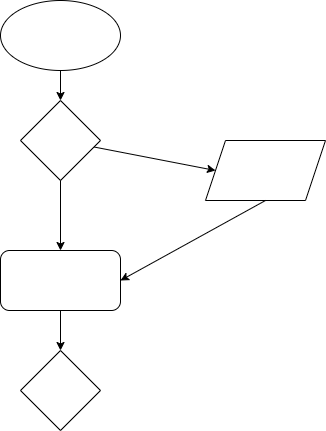
Earlier version of the draw.io export part2/part2.drawio.png (AndrewDPham/sp21-cse110-lab4). Source tidied: cells renumbered, new cells last; positions are measured from the earlier drawing's top-left corner, leaving out a move shared by most shapes.
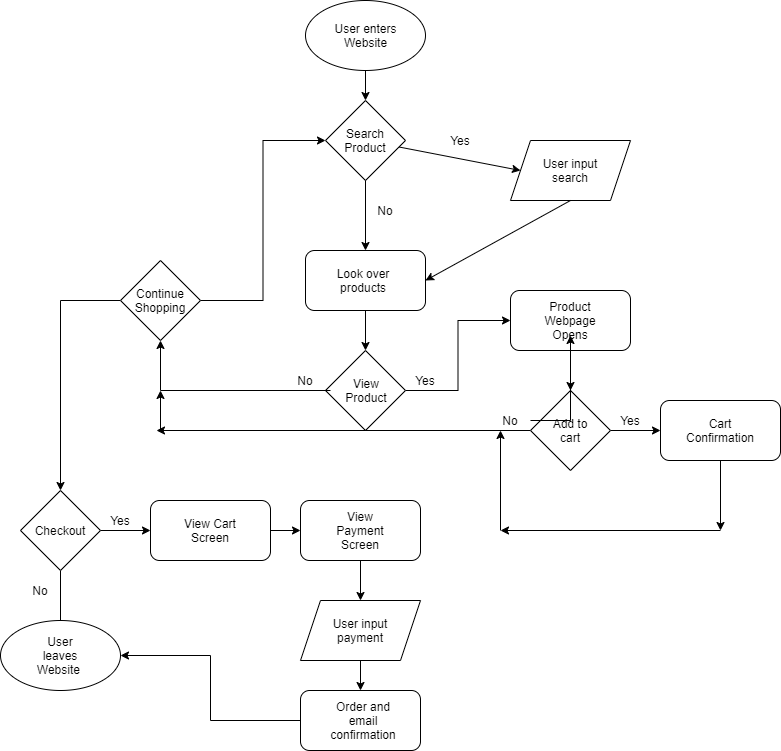
After the commit.

Diff of the diagram source:
```diff
@@ -26,11 +26,183 @@
     <mxCell id="9" style="endArrow=classic;html=1;exitX=0.5;exitY=1;exitDx=0;exitDy=0;entryX=0.5;entryY=0;entryDx=0;entryDy=0;" parent="1" edge="1" source="3" target="7">
       <mxGeometry relative="1" as="geometry" />
     </mxCell>
+    <mxCell id="12" style="edgeStyle=orthogonalEdgeStyle;rounded=0;jettySize=auto;html=1;exitX=1;exitY=0.5;exitDx=0;exitDy=0;entryX=0;entryY=0.5;entryDx=0;entryDy=0;" parent="1" edge="1" source="10" target="22">
+      <mxGeometry relative="1" as="geometry" />
+    </mxCell>
     <mxCell id="10" style="rhombus;whiteSpace=wrap;html=1;" parent="1" vertex="1">
       <mxGeometry x="20" y="350" width="80" height="80" as="geometry" />
     </mxCell>
     <mxCell id="11" style="endArrow=classic;html=1;exitX=0.5;exitY=1;exitDx=0;exitDy=0;entryX=0.5;entryY=0;entryDx=0;entryDy=0;" parent="1" edge="1" source="7" target="10">
       <mxGeometry relative="1" as="geometry" />
     </mxCell>
+    <mxCell id="13" value="User enters Website" style="text;html=1;strokeColor=none;fillColor=none;align=center;verticalAlign=middle;whiteSpace=wrap;rounded=0;" parent="1" vertex="1">
+      <mxGeometry x="28" y="18.8" width="65" height="32.5" as="geometry" />
+    </mxCell>
+    <mxCell id="14" value="Search Product" style="text;html=1;strokeColor=none;fillColor=none;align=center;verticalAlign=middle;whiteSpace=wrap;rounded=0;" parent="1" vertex="1">
+      <mxGeometry x="40" y="130" width="40" height="20" as="geometry" />
+    </mxCell>
+    <mxCell id="15" value="User input search" style="text;html=1;strokeColor=none;fillColor=none;align=center;verticalAlign=middle;whiteSpace=wrap;rounded=0;" parent="1" vertex="1">
+      <mxGeometry x="235" y="155" width="60" height="30" as="geometry" />
+    </mxCell>
+    <mxCell id="16" value="Look over products" style="text;html=1;strokeColor=none;fillColor=none;align=center;verticalAlign=middle;whiteSpace=wrap;rounded=0;" parent="1" vertex="1">
+      <mxGeometry x="28" y="265" width="60" height="30" as="geometry" />
+    </mxCell>
+    <mxCell id="17" style="edgeStyle=orthogonalEdgeStyle;rounded=0;jettySize=auto;html=1;" parent="1" edge="1" target="25">
+      <mxGeometry relative="1" as="geometry">
+        <mxPoint x="25" y="390" as="sourcePoint" />
+      </mxGeometry>
+    </mxCell>
+    <mxCell id="18" value="View Product" style="text;html=1;strokeColor=none;fillColor=none;align=center;verticalAlign=middle;whiteSpace=wrap;rounded=0;" parent="1" vertex="1">
+      <mxGeometry x="30.5" y="375" width="60" height="30" as="geometry" />
+    </mxCell>
+    <mxCell id="19" value="Yes" style="text;html=1;strokeColor=none;fillColor=none;align=center;verticalAlign=middle;whiteSpace=wrap;rounded=0;" parent="1" vertex="1">
+      <mxGeometry x="135" y="130" width="40" height="20" as="geometry" />
+    </mxCell>
+    <mxCell id="20" value="No" style="text;html=1;strokeColor=none;fillColor=none;align=center;verticalAlign=middle;whiteSpace=wrap;rounded=0;" parent="1" vertex="1">
+      <mxGeometry x="60" y="200" width="40" height="20" as="geometry" />
+    </mxCell>
+    <mxCell id="21" style="edgeStyle=orthogonalEdgeStyle;rounded=0;jettySize=auto;html=1;" parent="1" edge="1" source="22" target="28">
+      <mxGeometry relative="1" as="geometry" />
+    </mxCell>
+    <mxCell id="22" style="rounded=1;whiteSpace=wrap;html=1;" parent="1" vertex="1">
+      <mxGeometry x="205" y="290" width="120" height="60" as="geometry" />
+    </mxCell>
+    <mxCell id="23" style="edgeStyle=orthogonalEdgeStyle;rounded=0;jettySize=auto;html=1;entryX=0;entryY=0.5;entryDx=0;entryDy=0;" parent="1" edge="1" source="25" target="3">
+      <mxGeometry relative="1" as="geometry" />
+    </mxCell>
+    <mxCell id="24" style="edgeStyle=orthogonalEdgeStyle;rounded=0;jettySize=auto;html=1;" parent="1" edge="1" source="25">
+      <mxGeometry relative="1" as="geometry">
+        <mxPoint x="-245" y="490" as="targetPoint" />
+      </mxGeometry>
+    </mxCell>
+    <mxCell id="25" style="rhombus;whiteSpace=wrap;html=1;" parent="1" vertex="1">
+      <mxGeometry x="-185" y="260" width="80" height="80" as="geometry" />
+    </mxCell>
+    <mxCell id="26" style="edgeStyle=orthogonalEdgeStyle;rounded=0;jettySize=auto;html=1;entryX=0;entryY=0.5;entryDx=0;entryDy=0;" parent="1" edge="1" source="28" target="30">
+      <mxGeometry relative="1" as="geometry" />
+    </mxCell>
+    <mxCell id="27" style="edgeStyle=orthogonalEdgeStyle;rounded=0;jettySize=auto;html=1;" parent="1" edge="1" source="28">
+      <mxGeometry relative="1" as="geometry">
+        <mxPoint x="-149" y="430" as="targetPoint" />
+      </mxGeometry>
+    </mxCell>
+    <mxCell id="28" style="rhombus;whiteSpace=wrap;html=1;" parent="1" vertex="1">
+      <mxGeometry x="225" y="390" width="80" height="80" as="geometry" />
+    </mxCell>
+    <mxCell id="29" style="edgeStyle=orthogonalEdgeStyle;rounded=0;jettySize=auto;html=1;" parent="1" edge="1" source="30">
+      <mxGeometry relative="1" as="geometry">
+        <mxPoint x="415" y="530" as="targetPoint" />
+      </mxGeometry>
+    </mxCell>
+    <mxCell id="30" style="rounded=1;whiteSpace=wrap;html=1;" parent="1" vertex="1">
+      <mxGeometry x="355" y="400" width="120" height="60" as="geometry" />
+    </mxCell>
+    <mxCell id="31" style="edgeStyle=orthogonalEdgeStyle;rounded=0;jettySize=auto;html=1;entryX=0.5;entryY=0;entryDx=0;entryDy=0;" parent="1" edge="1" source="33">
+      <mxGeometry relative="1" as="geometry">
+        <mxPoint x="-245" y="630" as="targetPoint" />
+      </mxGeometry>
+    </mxCell>
+    <mxCell id="32" style="edgeStyle=orthogonalEdgeStyle;rounded=0;jettySize=auto;html=1;entryX=0;entryY=0.5;entryDx=0;entryDy=0;" parent="1" edge="1" source="33" target="35">
+      <mxGeometry relative="1" as="geometry" />
+    </mxCell>
+    <mxCell id="33" style="rhombus;whiteSpace=wrap;html=1;" parent="1" vertex="1">
+      <mxGeometry x="-285" y="490" width="80" height="80" as="geometry" />
+    </mxCell>
+    <mxCell id="34" style="edgeStyle=orthogonalEdgeStyle;rounded=0;jettySize=auto;html=1;" parent="1" edge="1" source="35" target="37">
+      <mxGeometry relative="1" as="geometry" />
+    </mxCell>
+    <mxCell id="35" style="rounded=1;whiteSpace=wrap;html=1;" parent="1" vertex="1">
+      <mxGeometry x="-155" y="500" width="120" height="60" as="geometry" />
+    </mxCell>
+    <mxCell id="36" style="edgeStyle=orthogonalEdgeStyle;rounded=0;jettySize=auto;html=1;" parent="1" edge="1" source="37" target="39">
+      <mxGeometry relative="1" as="geometry" />
+    </mxCell>
+    <mxCell id="37" style="rounded=1;whiteSpace=wrap;html=1;" parent="1" vertex="1">
+      <mxGeometry x="-5" y="500" width="120" height="60" as="geometry" />
+    </mxCell>
+    <mxCell id="38" style="edgeStyle=orthogonalEdgeStyle;rounded=0;jettySize=auto;html=1;" parent="1" edge="1" source="39" target="41">
+      <mxGeometry relative="1" as="geometry" />
+    </mxCell>
+    <mxCell id="39" style="shape=parallelogram;perimeter=parallelogramPerimeter;whiteSpace=wrap;html=1;fixedSize=1;" parent="1" vertex="1">
+      <mxGeometry x="-5" y="600" width="120" height="60" as="geometry" />
+    </mxCell>
+    <mxCell id="40" style="edgeStyle=orthogonalEdgeStyle;rounded=0;jettySize=auto;html=1;entryX=1;entryY=0.5;entryDx=0;entryDy=0;" parent="1" edge="1" source="41" target="59">
+      <mxGeometry relative="1" as="geometry" />
+    </mxCell>
+    <mxCell id="41" style="rounded=1;whiteSpace=wrap;html=1;" parent="1" vertex="1">
+      <mxGeometry x="-5" y="690" width="120" height="60" as="geometry" />
+    </mxCell>
+    <mxCell id="42" style="endArrow=classic;html=1;" parent="1" edge="1">
+      <mxGeometry relative="1" as="geometry">
+        <mxPoint x="-145" y="430" as="sourcePoint" />
+        <mxPoint x="-145" y="390" as="targetPoint" />
+      </mxGeometry>
+    </mxCell>
+    <mxCell id="43" value="Product Webpage Opens" style="text;html=1;strokeColor=none;fillColor=none;align=center;verticalAlign=middle;whiteSpace=wrap;rounded=0;" parent="1" vertex="1">
+      <mxGeometry x="235" y="305" width="60" height="30" as="geometry" />
+    </mxCell>
+    <mxCell id="44" value="Add to cart" style="text;html=1;strokeColor=none;fillColor=none;align=center;verticalAlign=middle;whiteSpace=wrap;rounded=0;" parent="1" vertex="1">
+      <mxGeometry x="235" y="415" width="60" height="30" as="geometry" />
+    </mxCell>
+    <mxCell id="45" value="Cart Confirmation" style="text;html=1;strokeColor=none;fillColor=none;align=center;verticalAlign=middle;whiteSpace=wrap;rounded=0;" parent="1" vertex="1">
+      <mxGeometry x="385" y="415" width="60" height="30" as="geometry" />
+    </mxCell>
+    <mxCell id="46" style="endArrow=classic;html=1;" parent="1" edge="1">
+      <mxGeometry relative="1" as="geometry">
+        <mxPoint x="415" y="530" as="sourcePoint" />
+        <mxPoint x="195" y="530" as="targetPoint" />
+      </mxGeometry>
+    </mxCell>
+    <mxCell id="47" style="endArrow=classic;html=1;" parent="1" edge="1">
+      <mxGeometry relative="1" as="geometry">
+        <mxPoint x="195" y="530" as="sourcePoint" />
+        <mxPoint x="195" y="430" as="targetPoint" />
+      </mxGeometry>
+    </mxCell>
+    <mxCell id="48" value="Yes" style="text;html=1;strokeColor=none;fillColor=none;align=center;verticalAlign=middle;whiteSpace=wrap;rounded=0;" parent="1" vertex="1">
+      <mxGeometry x="100" y="370" width="40" height="20" as="geometry" />
+    </mxCell>
+    <mxCell id="49" value="Yes" style="text;html=1;strokeColor=none;fillColor=none;align=center;verticalAlign=middle;whiteSpace=wrap;rounded=0;" parent="1" vertex="1">
+      <mxGeometry x="305" y="410" width="40" height="20" as="geometry" />
+    </mxCell>
+    <mxCell id="50" style="edgeStyle=orthogonalEdgeStyle;rounded=0;jettySize=auto;html=1;" parent="1" edge="1" source="51" target="43">
+      <mxGeometry relative="1" as="geometry" />
+    </mxCell>
+    <mxCell id="51" value="No" style="text;html=1;strokeColor=none;fillColor=none;align=center;verticalAlign=middle;whiteSpace=wrap;rounded=0;" parent="1" vertex="1">
+      <mxGeometry x="185" y="410" width="40" height="20" as="geometry" />
+    </mxCell>
+    <mxCell id="52" value="No" style="text;html=1;strokeColor=none;fillColor=none;align=center;verticalAlign=middle;whiteSpace=wrap;rounded=0;" parent="1" vertex="1">
+      <mxGeometry x="-20" y="370" width="40" height="20" as="geometry" />
+    </mxCell>
+    <mxCell id="53" value="Continue Shopping" style="text;html=1;strokeColor=none;fillColor=none;align=center;verticalAlign=middle;whiteSpace=wrap;rounded=0;" parent="1" vertex="1">
+      <mxGeometry x="-175" y="285" width="60" height="30" as="geometry" />
+    </mxCell>
+    <mxCell id="54" value="Checkout" style="text;html=1;strokeColor=none;fillColor=none;align=center;verticalAlign=middle;whiteSpace=wrap;rounded=0;" parent="1" vertex="1">
+      <mxGeometry x="-275" y="515" width="60" height="30" as="geometry" />
+    </mxCell>
+    <mxCell id="55" value="View Cart Screen" style="text;html=1;strokeColor=none;fillColor=none;align=center;verticalAlign=middle;whiteSpace=wrap;rounded=0;" parent="1" vertex="1">
+      <mxGeometry x="-125" y="515" width="60" height="30" as="geometry" />
+    </mxCell>
+    <mxCell id="56" value="View Payment Screen" style="text;html=1;strokeColor=none;fillColor=none;align=center;verticalAlign=middle;whiteSpace=wrap;rounded=0;" parent="1" vertex="1">
+      <mxGeometry x="25" y="515" width="60" height="30" as="geometry" />
+    </mxCell>
+    <mxCell id="57" value="User input payment" style="text;html=1;strokeColor=none;fillColor=none;align=center;verticalAlign=middle;whiteSpace=wrap;rounded=0;" parent="1" vertex="1">
+      <mxGeometry x="25" y="615" width="60" height="30" as="geometry" />
+    </mxCell>
+    <mxCell id="58" value="Order and email confirmation" style="text;html=1;strokeColor=none;fillColor=none;align=center;verticalAlign=middle;whiteSpace=wrap;rounded=0;" parent="1" vertex="1">
+      <mxGeometry x="28" y="705" width="60" height="30" as="geometry" />
+    </mxCell>
+    <mxCell id="59" style="ellipse;whiteSpace=wrap;html=1;" parent="1" vertex="1">
+      <mxGeometry x="-305" y="620" width="120" height="70" as="geometry" />
+    </mxCell>
+    <mxCell id="60" value="User leaves Website&amp;nbsp;" style="text;html=1;strokeColor=none;fillColor=none;align=center;verticalAlign=middle;whiteSpace=wrap;rounded=0;" parent="1" vertex="1">
+      <mxGeometry x="-275" y="640" width="60" height="30" as="geometry" />
+    </mxCell>
+    <mxCell id="61" value="No" style="text;html=1;strokeColor=none;fillColor=none;align=center;verticalAlign=middle;whiteSpace=wrap;rounded=0;" parent="1" vertex="1">
+      <mxGeometry x="-285" y="580" width="40" height="20" as="geometry" />
+    </mxCell>
+    <mxCell id="62" value="Yes" style="text;html=1;strokeColor=none;fillColor=none;align=center;verticalAlign=middle;whiteSpace=wrap;rounded=0;" parent="1" vertex="1">
+      <mxGeometry x="-205" y="510" width="40" height="20" as="geometry" />
+    </mxCell>
   </root>
 </mxGraphModel>
```
